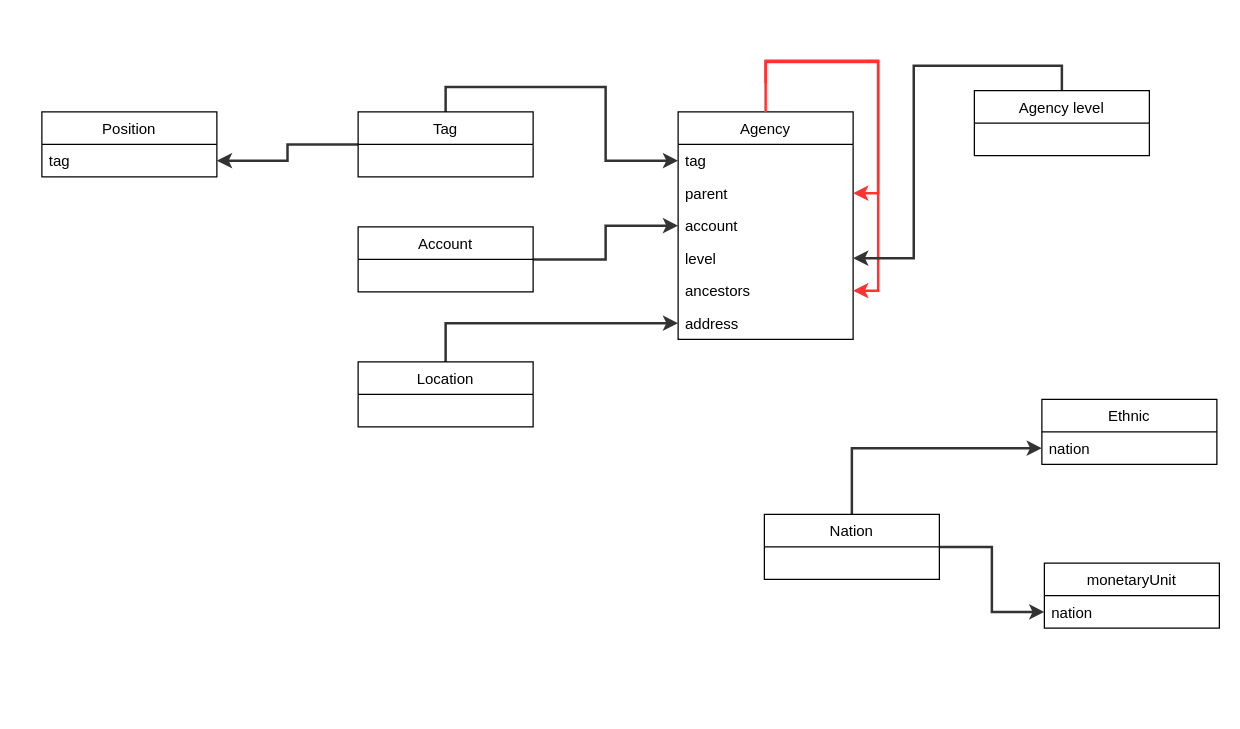
Before: Biểu đồ không có tiêu đề.drawio in mitgaming/Blk-Design-System, a draw.io diagram. Source tidied: cells renumbered, new cells numbered last; positions are measured from the earlier drawing's top-left corner, leaving out a move shared by most shapes. Both pictures are drawn from the tidied source at 125%, with x=0, y=0 at pixel (41, 60).
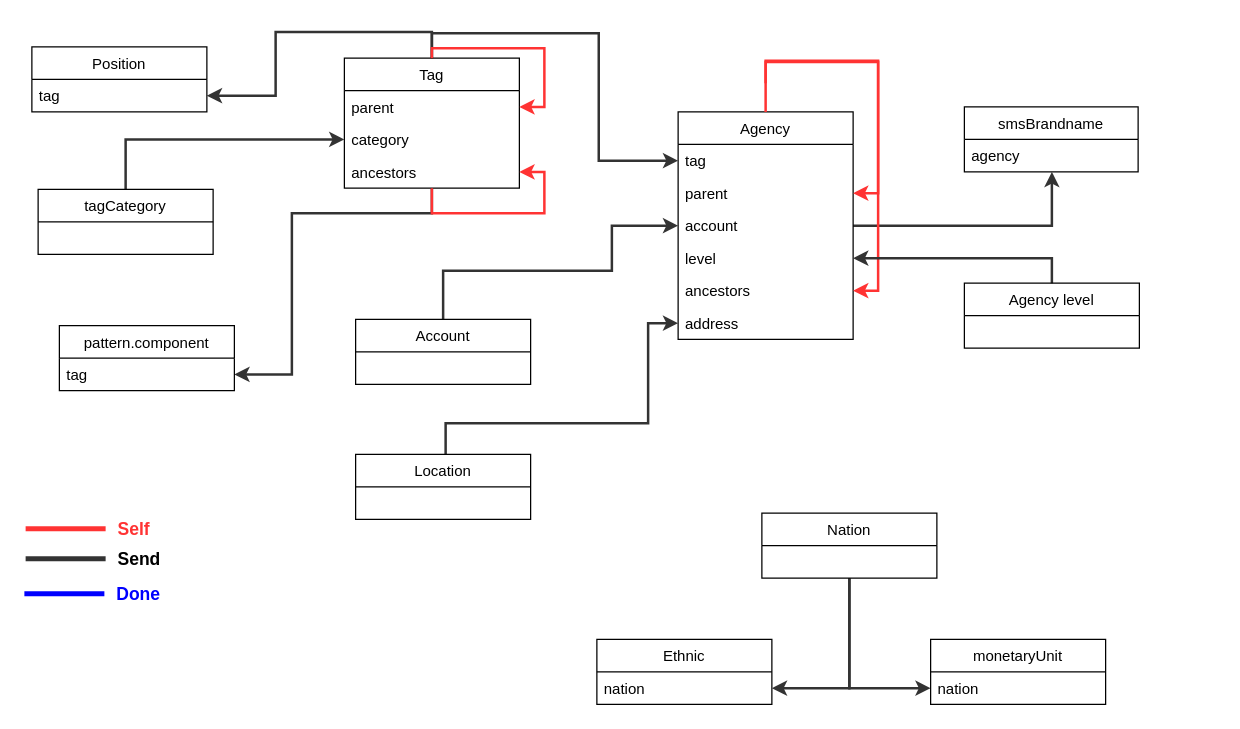
Above is the later version.

Commit message (it also covers changes not shown here):
Cập nhật Biểu đồ không có tiêu đề.drawio

The change refers to these unchanged cells:
```xml
<mxCell id="2" value="Agency" style="swimlane;fontStyle=0;horizontal=1;startSize=26;fillColor=none;" parent="1" vertex="1">
  <mxGeometry x="509" y="41" width="140" height="182" as="geometry" />
</mxCell>
<mxCell id="5" value="account&#10;" style="text;strokeColor=none;fillColor=none;align=left;verticalAlign=top;spacingLeft=4;spacingRight=4;overflow=hidden;points=[[0,0.5],[1,0.5]];portConstraint=eastwest;" parent="2" vertex="1">
  <mxGeometry y="78" width="140" height="26" as="geometry" />
</mxCell>
<mxCell id="10" value="address" style="text;strokeColor=none;fillColor=none;align=left;verticalAlign=top;spacingLeft=4;spacingRight=4;overflow=hidden;points=[[0,0.5],[1,0.5]];portConstraint=eastwest;" parent="2" vertex="1">
  <mxGeometry y="156" width="140" height="26" as="geometry" />
</mxCell>
<mxCell id="28" value="tag" style="text;strokeColor=none;fillColor=none;align=left;verticalAlign=top;spacingLeft=4;spacingRight=4;overflow=hidden;points=[[0,0.5],[1,0.5]];portConstraint=eastwest;" parent="27" vertex="1">
  <mxGeometry y="26" width="140" height="26" as="geometry" />
</mxCell>
```

The edit, as a diff of the source:
```diff
@@
+    <mxCell id="29" style="edgeStyle=orthogonalEdgeStyle;rounded=0;jettySize=auto;html=1;strokeColor=#333333;strokeWidth=2;" parent="1" edge="1" source="2" target="41">
+      <mxGeometry relative="1" as="geometry">
+        <Array as="points">
+          <mxPoint x="808" y="132" />
+          <mxPoint x="808" y="124" />
+        </Array>
+      </mxGeometry>
+    </mxCell>
@@
     <mxCell id="12" style="edgeStyle=orthogonalEdgeStyle;rounded=0;jettySize=auto;html=1;strokeWidth=2;strokeColor=#333333;" parent="1" edge="1" source="13" target="28">
-      <mxGeometry relative="1" as="geometry" />
+      <mxGeometry relative="1" as="geometry">
+        <Array as="points">
+          <mxPoint x="312" y="-23" />
+          <mxPoint x="187" y="-23" />
+          <mxPoint x="187" y="28" />
+        </Array>
+      </mxGeometry>
     </mxCell>
+    <mxCell id="30" style="edgeStyle=orthogonalEdgeStyle;rounded=0;jettySize=auto;html=1;strokeWidth=2;strokeColor=#333333;" parent="1" edge="1" source="13" target="39">
+      <mxGeometry relative="1" as="geometry">
+        <Array as="points">
+          <mxPoint x="312" y="122" />
+          <mxPoint x="200" y="122" />
+          <mxPoint x="200" y="251" />
+        </Array>
+      </mxGeometry>
+    </mxCell>
     <mxCell id="13" value="Tag" style="swimlane;fontStyle=0;horizontal=1;startSize=26;fillColor=none;" parent="1" vertex="1">
-      <mxGeometry x="253" y="41" width="140" height="52" as="geometry" />
+      <mxGeometry x="242" y="-2" width="140" height="104" as="geometry" />
     </mxCell>
+    <mxCell id="31" value="parent&#10;" style="text;strokeColor=none;fillColor=none;align=left;verticalAlign=top;spacingLeft=4;spacingRight=4;overflow=hidden;points=[[0,0.5],[1,0.5]];portConstraint=eastwest;" parent="13" vertex="1">
+      <mxGeometry y="26" width="140" height="26" as="geometry" />
+    </mxCell>
+    <mxCell id="32" value="category" style="text;strokeColor=none;fillColor=none;align=left;verticalAlign=top;spacingLeft=4;spacingRight=4;overflow=hidden;points=[[0,0.5],[1,0.5]];portConstraint=eastwest;" parent="13" vertex="1">
+      <mxGeometry y="52" width="140" height="26" as="geometry" />
+    </mxCell>
+    <mxCell id="33" style="edgeStyle=orthogonalEdgeStyle;rounded=0;jettySize=auto;html=1;strokeWidth=2;strokeColor=#FF3333;" parent="13" edge="1" source="13" target="31">
+      <mxGeometry relative="1" as="geometry">
+        <Array as="points">
+          <mxPoint x="70" y="-8" />
+          <mxPoint x="160" y="-8" />
+          <mxPoint x="160" y="39" />
+        </Array>
+      </mxGeometry>
+    </mxCell>
+    <mxCell id="34" value="ancestors" style="text;strokeColor=none;fillColor=none;align=left;verticalAlign=top;spacingLeft=4;spacingRight=4;overflow=hidden;points=[[0,0.5],[1,0.5]];portConstraint=eastwest;" parent="13" vertex="1">
+      <mxGeometry y="78" width="140" height="26" as="geometry" />
+    </mxCell>
+    <mxCell id="35" style="edgeStyle=orthogonalEdgeStyle;rounded=0;jettySize=auto;html=1;strokeColor=#FF3333;strokeWidth=2;" parent="13" edge="1" source="13" target="34">
+      <mxGeometry relative="1" as="geometry" />
+    </mxCell>
     <mxCell id="14" style="edgeStyle=orthogonalEdgeStyle;rounded=0;jettySize=auto;html=1;strokeWidth=2;strokeColor=#333333;" parent="1" edge="1" source="15" target="5">
-      <mxGeometry relative="1" as="geometry" />
+      <mxGeometry relative="1" as="geometry">
+        <Array as="points">
+          <mxPoint x="321" y="168" />
+          <mxPoint x="456" y="168" />
+          <mxPoint x="456" y="132" />
+        </Array>
+      </mxGeometry>
     </mxCell>
     <mxCell id="15" value="Account" style="swimlane;fontStyle=0;horizontal=1;startSize=26;fillColor=none;" parent="1" vertex="1">
-      <mxGeometry x="253" y="133" width="140" height="52" as="geometry" />
+      <mxGeometry x="251" y="207" width="140" height="52" as="geometry" />
     </mxCell>
@@
     <mxCell id="17" value="Agency level" style="swimlane;fontStyle=0;horizontal=1;startSize=26;fillColor=none;" parent="1" vertex="1">
-      <mxGeometry x="746" y="24" width="140" height="52" as="geometry" />
+      <mxGeometry x="738" y="178" width="140" height="52" as="geometry" />
     </mxCell>
     <mxCell id="18" style="edgeStyle=orthogonalEdgeStyle;rounded=0;jettySize=auto;html=1;strokeWidth=2;strokeColor=#333333;" parent="1" edge="1" source="19" target="10">
       <mxGeometry relative="1" as="geometry">
         <Array as="points">
-          <mxPoint x="323" y="210" />
+          <mxPoint x="323" y="290" />
+          <mxPoint x="485" y="290" />
+          <mxPoint x="485" y="210" />
         </Array>
       </mxGeometry>
     </mxCell>
     <mxCell id="19" value="Location" style="swimlane;fontStyle=0;horizontal=1;startSize=26;fillColor=none;" parent="1" vertex="1">
-      <mxGeometry x="253" y="241" width="140" height="52" as="geometry" />
+      <mxGeometry x="251" y="315" width="140" height="52" as="geometry" />
     </mxCell>
     <mxCell id="20" value="Ethnic" style="swimlane;fontStyle=0;horizontal=1;startSize=26;fillColor=none;" parent="1" vertex="1">
-      <mxGeometry x="800" y="271" width="140" height="52" as="geometry" />
+      <mxGeometry x="444" y="463" width="140" height="52" as="geometry" />
     </mxCell>
@@
     <mxCell id="24" value="Nation" style="swimlane;fontStyle=0;horizontal=1;startSize=26;fillColor=none;" parent="1" vertex="1">
-      <mxGeometry x="578" y="363" width="140" height="52" as="geometry" />
+      <mxGeometry x="576" y="362" width="140" height="52" as="geometry" />
     </mxCell>
     <mxCell id="25" value="monetaryUnit" style="swimlane;fontStyle=0;horizontal=1;startSize=26;fillColor=none;" parent="1" vertex="1">
-      <mxGeometry x="802" y="402" width="140" height="52" as="geometry" />
+      <mxGeometry x="711" y="463" width="140" height="52" as="geometry" />
     </mxCell>
@@
     <mxCell id="27" value="Position" style="swimlane;fontStyle=0;horizontal=1;startSize=26;fillColor=none;" parent="1" vertex="1">
-      <mxGeometry y="41" width="140" height="52" as="geometry" />
+      <mxGeometry x="-8" y="-11" width="140" height="52" as="geometry" />
     </mxCell>
@@
+    <mxCell id="36" style="edgeStyle=orthogonalEdgeStyle;rounded=0;jettySize=auto;html=1;strokeColor=#333333;strokeWidth=2;" parent="1" edge="1" source="37" target="32">
+      <mxGeometry relative="1" as="geometry" />
+    </mxCell>
+    <mxCell id="37" value="tagCategory" style="swimlane;fontStyle=0;horizontal=1;startSize=26;fillColor=none;" parent="1" vertex="1">
+      <mxGeometry x="-3" y="103" width="140" height="52" as="geometry" />
+    </mxCell>
+    <mxCell id="38" value="pattern.component" style="swimlane;fontStyle=0;horizontal=1;startSize=26;fillColor=none;" parent="1" vertex="1">
+      <mxGeometry x="14" y="212" width="140" height="52" as="geometry" />
+    </mxCell>
+    <mxCell id="39" value="tag" style="text;strokeColor=none;fillColor=none;align=left;verticalAlign=top;spacingLeft=4;spacingRight=4;overflow=hidden;points=[[0,0.5],[1,0.5]];portConstraint=eastwest;" parent="38" vertex="1">
+      <mxGeometry y="26" width="140" height="26" as="geometry" />
+    </mxCell>
+    <mxCell id="40" value="smsBrandname" style="swimlane;fontStyle=0;horizontal=1;startSize=26;fillColor=none;" parent="1" vertex="1">
+      <mxGeometry x="738" y="37" width="139" height="52" as="geometry" />
+    </mxCell>
+    <mxCell id="41" value="agency" style="text;strokeColor=none;fillColor=none;align=left;verticalAlign=top;spacingLeft=4;spacingRight=4;overflow=hidden;points=[[0,0.5],[1,0.5]];portConstraint=eastwest;" parent="40" vertex="1">
+      <mxGeometry y="26" width="139" height="26" as="geometry" />
+    </mxCell>
+    <mxCell id="42" style="line;strokeWidth=4;html=1;strokeColor=#FF3333;align=left;" parent="1" vertex="1">
+      <mxGeometry x="-13" y="369.5" width="64" height="10" as="geometry" />
+    </mxCell>
+    <mxCell id="43" value="&lt;span style=&quot;font-size: 14px&quot;&gt;&lt;b&gt;&lt;font color=&quot;#ff3333&quot;&gt;Self&lt;/font&gt;&lt;/b&gt;&lt;/span&gt;" style="text;html=1;align=left;verticalAlign=middle;" parent="1" vertex="1">
+      <mxGeometry x="59" y="365" width="36" height="19" as="geometry" />
+    </mxCell>
+    <mxCell id="44" style="line;strokeWidth=4;html=1;strokeColor=#333333;align=left;" parent="1" vertex="1">
+      <mxGeometry x="-13" y="393.5" width="64" height="10" as="geometry" />
+    </mxCell>
+    <mxCell id="45" value="&lt;font style=&quot;font-size: 14px&quot;&gt;&lt;b&gt;Send&lt;/b&gt;&lt;/font&gt;" style="text;html=1;align=left;verticalAlign=middle;" parent="1" vertex="1">
+      <mxGeometry x="59" y="389" width="44" height="19" as="geometry" />
+    </mxCell>
+    <mxCell id="46" style="line;strokeWidth=4;html=1;strokeColor=#0000FF;align=left;" parent="1" vertex="1">
+      <mxGeometry x="-14" y="421.5" width="64" height="10" as="geometry" />
+    </mxCell>
+    <mxCell id="47" value="&lt;font style=&quot;font-size: 14px&quot; color=&quot;#0000ff&quot;&gt;&lt;b&gt;Done&lt;/b&gt;&lt;/font&gt;" style="text;html=1;align=left;verticalAlign=middle;" parent="1" vertex="1">
+      <mxGeometry x="58" y="417" width="45" height="19" as="geometry" />
+    </mxCell>
```
